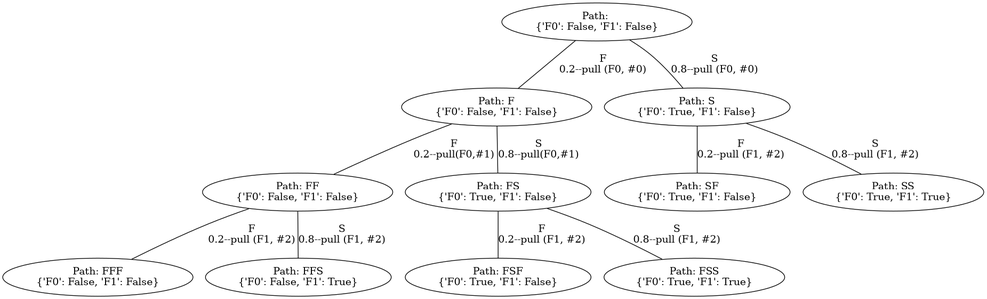
The Graphviz diagram graph.gv.png in YasinBoloorchi/WARP-Simulator, before a commit. Its source is kept beside it as graph.gv. Its diagram source:
```dot
graph "graph" {
	"" [label="Path:
{'F0': False, 'F1': False}"]
	F [label="Path:
{'F0': False, 'F1': False}"]
	"" -- F [label="F
0.2--pull (F0, #0)"]
	F [label="Path: F
{'F0': False, 'F1': False}"]
	FF [label="Path: F
{'F0': False, 'F1': False}"]
	F -- FF [label="F
0.2--pull(F0,#1)"]
	FF [label="Path: FF
{'F0': False, 'F1': False}"]
	FFF [label="Path: FF
{'F0': False, 'F1': False}"]
	FF -- FFF [label="F
0.2--pull (F1, #2)"]
	FFF [label="Path: FFF
{'F0': False, 'F1': False}"]
	FFS [label="Path: FF
{'F0': False, 'F1': False}"]
	FF -- FFS [label="S
0.8--pull (F1, #2)"]
	FFS [label="Path: FFS
{'F0': False, 'F1': True}"]
	FS [label="Path: F
{'F0': False, 'F1': False}"]
	F -- FS [label="S
0.8--pull(F0,#1)"]
	FS [label="Path: FS
{'F0': True, 'F1': False}"]
	FSF [label="Path: FS
{'F0': True, 'F1': False}"]
	FS -- FSF [label="F
0.2--pull (F1, #2)"]
	FSF [label="Path: FSF
{'F0': True, 'F1': False}"]
	FSS [label="Path: FS
{'F0': True, 'F1': False}"]
	FS -- FSS [label="S
0.8--pull (F1, #2)"]
	FSS [label="Path: FSS
{'F0': True, 'F1': True}"]
	S [label="Path:
{'F0': False, 'F1': False}"]
	"" -- S [label="S
0.8--pull (F0, #0)"]
	S [label="Path: S
{'F0': True, 'F1': False}"]
	SF [label="Path: S
{'F0': True, 'F1': False}"]
	S -- SF [label="F
0.2--pull (F1, #2)"]
	SF [label="Path: SF
{'F0': True, 'F1': False}"]
	SS [label="Path: S
{'F0': True, 'F1': False}"]
	S -- SS [label="S
0.8--pull (F1, #2)"]
	SS [label="Path: SS
{'F0': True, 'F1': True}"]
}
```
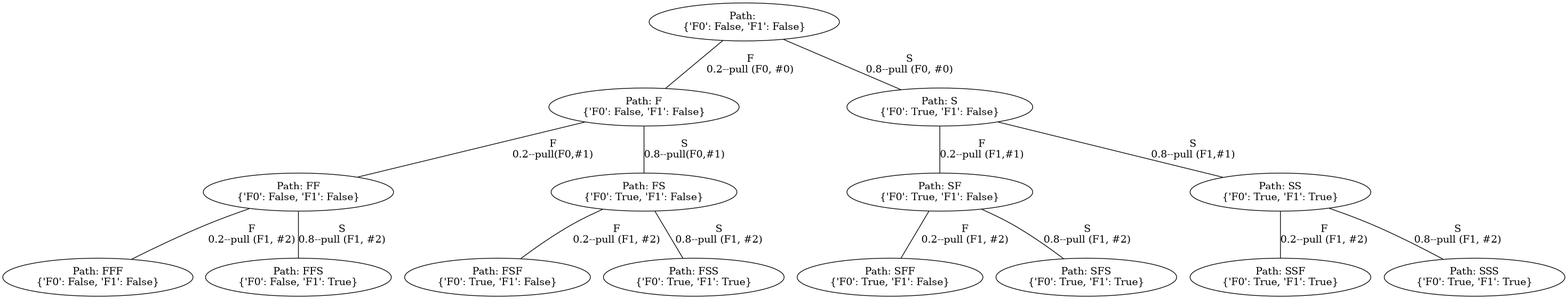
The same file after the commit.

The edit, as a diff of the source:
```diff
@@ -1,64 +1,88 @@
 graph "graph" {
 	"" [label="Path:
 {'F0': False, 'F1': False}"]
-	F [label="Path:
+	"" [label="Path:
 {'F0': False, 'F1': False}"]
 	"" -- F [label="F
 0.2--pull (F0, #0)"]
 	F [label="Path: F
 {'F0': False, 'F1': False}"]
-	FF [label="Path: F
+	F [label="Path: F
 {'F0': False, 'F1': False}"]
 	F -- FF [label="F
 0.2--pull(F0,#1)"]
 	FF [label="Path: FF
 {'F0': False, 'F1': False}"]
-	FFF [label="Path: FF
+	FF [label="Path: FF
 {'F0': False, 'F1': False}"]
 	FF -- FFF [label="F
 0.2--pull (F1, #2)"]
 	FFF [label="Path: FFF
 {'F0': False, 'F1': False}"]
-	FFS [label="Path: FF
+	FF [label="Path: FF
 {'F0': False, 'F1': False}"]
 	FF -- FFS [label="S
 0.8--pull (F1, #2)"]
 	FFS [label="Path: FFS
 {'F0': False, 'F1': True}"]
-	FS [label="Path: F
+	F [label="Path: F
 {'F0': False, 'F1': False}"]
 	F -- FS [label="S
 0.8--pull(F0,#1)"]
 	FS [label="Path: FS
 {'F0': True, 'F1': False}"]
-	FSF [label="Path: FS
+	FS [label="Path: FS
 {'F0': True, 'F1': False}"]
 	FS -- FSF [label="F
 0.2--pull (F1, #2)"]
 	FSF [label="Path: FSF
 {'F0': True, 'F1': False}"]
-	FSS [label="Path: FS
+	FS [label="Path: FS
 {'F0': True, 'F1': False}"]
 	FS -- FSS [label="S
 0.8--pull (F1, #2)"]
 	FSS [label="Path: FSS
 {'F0': True, 'F1': True}"]
-	S [label="Path:
+	"" [label="Path:
 {'F0': False, 'F1': False}"]
 	"" -- S [label="S
 0.8--pull (F0, #0)"]
 	S [label="Path: S
 {'F0': True, 'F1': False}"]
-	SF [label="Path: S
+	S [label="Path: S
 {'F0': True, 'F1': False}"]
 	S -- SF [label="F
-0.2--pull (F1, #2)"]
+0.2--pull (F1,#1)"]
 	SF [label="Path: SF
 {'F0': True, 'F1': False}"]
-	SS [label="Path: S
+	SF [label="Path: SF
+{'F0': True, 'F1': False}"]
+	SF -- SFF [label="F
+0.2--pull (F1, #2)"]
+	SFF [label="Path: SFF
+{'F0': True, 'F1': False}"]
+	SF [label="Path: SF
+{'F0': True, 'F1': False}"]
+	SF -- SFS [label="S
+0.8--pull (F1, #2)"]
+	SFS [label="Path: SFS
+{'F0': True, 'F1': True}"]
+	S [label="Path: S
 {'F0': True, 'F1': False}"]
 	S -- SS [label="S
-0.8--pull (F1, #2)"]
+0.8--pull (F1,#1)"]
 	SS [label="Path: SS
 {'F0': True, 'F1': True}"]
+	SS [label="Path: SS
+{'F0': True, 'F1': True}"]
+	SS -- SSF [label="F
+0.2--pull (F1, #2)"]
+	SSF [label="Path: SSF
+{'F0': True, 'F1': True}"]
+	SS [label="Path: SS
+{'F0': True, 'F1': True}"]
+	SS -- SSS [label="S
+0.8--pull (F1, #2)"]
+	SSS [label="Path: SSS
+{'F0': True, 'F1': True}"]
 }
```
